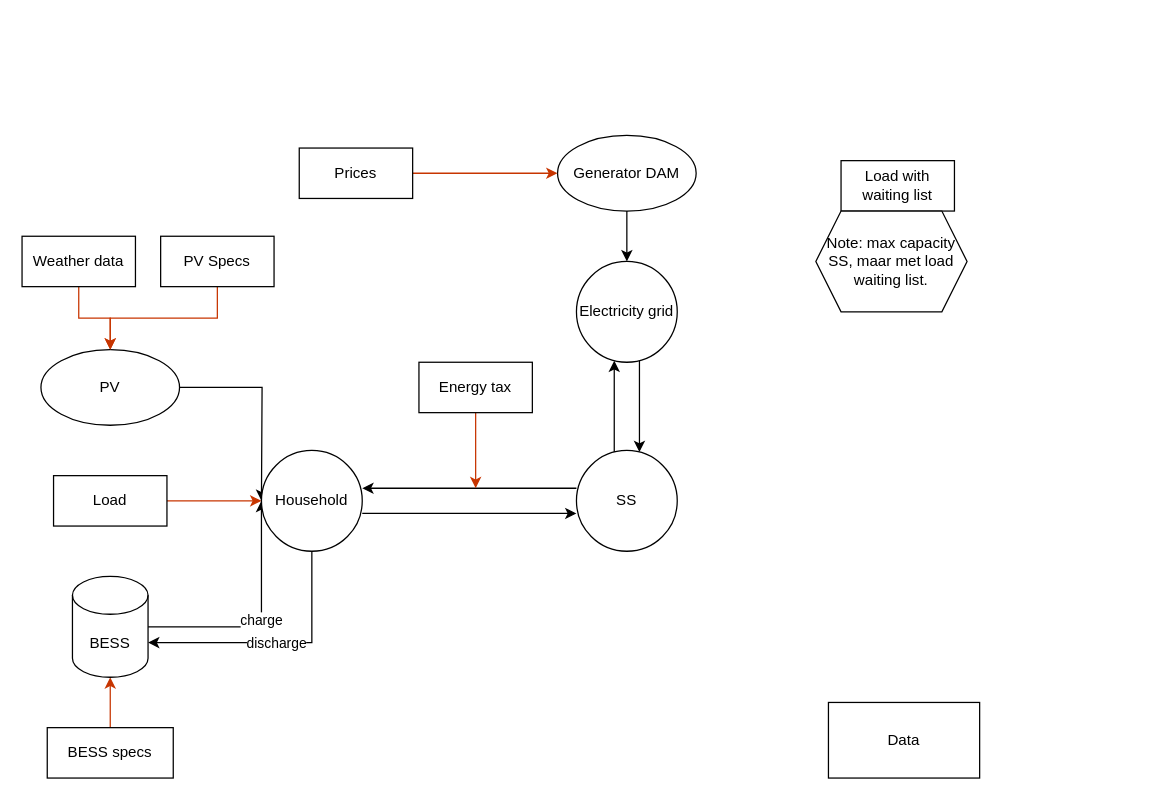
This is Network_NH.drawio from Tanneheemsbergen/pypsa-NL2025, a draw.io file, before an edit. Source tidied: cells renumbered, new cells numbered last; positions are measured from the earlier drawing's top-left corner, leaving out a move shared by most shapes. Both pictures are drawn from the tidied source at 126%, with x=0, y=0 at pixel (21, 135).
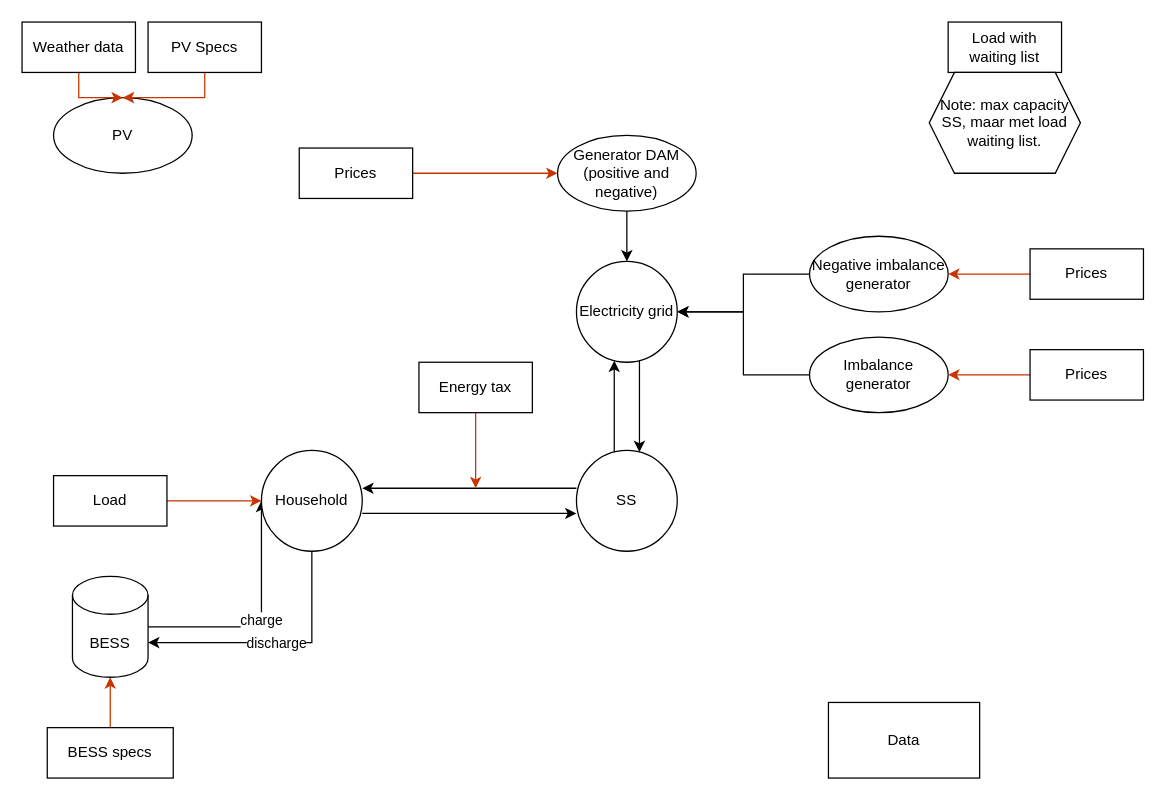
Above is the later version.

Unchanged cells that the change refers to:
```xml
<mxCell id="25" value="Electricity grid" style="ellipse;whiteSpace=wrap;html=1;" parent="1" vertex="1">
  <mxGeometry x="440" y="100" width="80" height="80" as="geometry" />
</mxCell>
```

Diff of the diagram source:
```diff
@@
-    <mxCell id="13" value="Generator DAM" style="ellipse;whiteSpace=wrap;html=1;" parent="1" vertex="1">
+    <mxCell id="13" value="Generator DAM&lt;div&gt;(positive and negative)&lt;/div&gt;" style="ellipse;whiteSpace=wrap;html=1;" parent="1" vertex="1">
       <mxGeometry x="425" width="110" height="60" as="geometry" />
     </mxCell>
-    <mxCell id="14" style="edgeStyle=orthogonalEdgeStyle;rounded=0;jettySize=auto;html=1;" parent="1" edge="1" source="15">
-      <mxGeometry relative="1" as="geometry">
-        <mxPoint x="190" y="290" as="targetPoint" />
-      </mxGeometry>
-    </mxCell>
     <mxCell id="15" value="PV" style="ellipse;whiteSpace=wrap;html=1;" parent="1" vertex="1">
-      <mxGeometry x="15" y="170" width="110" height="60" as="geometry" />
+      <mxGeometry x="25" y="-30" width="110" height="60" as="geometry" />
     </mxCell>
@@
     <mxCell id="17" value="Weather data" style="whiteSpace=wrap;html=1;" parent="1" vertex="1">
-      <mxGeometry y="80" width="90" height="40" as="geometry" />
+      <mxGeometry y="-90" width="90" height="40" as="geometry" />
     </mxCell>
@@
     <mxCell id="19" value="PV Specs" style="whiteSpace=wrap;html=1;" parent="1" vertex="1">
-      <mxGeometry x="110" y="80" width="90" height="40" as="geometry" />
+      <mxGeometry x="100" y="-90" width="90" height="40" as="geometry" />
     </mxCell>
@@
     <mxCell id="22" value="Load with waiting list" style="whiteSpace=wrap;html=1;" parent="1" vertex="1">
-      <mxGeometry x="650" y="20" width="90" height="40" as="geometry" />
+      <mxGeometry x="735" y="-90" width="90" height="40" as="geometry" />
     </mxCell>
     <mxCell id="23" value="Note: max capacity SS, maar met load waiting list." style="shape=hexagon;perimeter=hexagonPerimeter2;whiteSpace=wrap;html=1;fixedSize=1;" parent="1" vertex="1">
-      <mxGeometry x="630" y="60" width="120" height="80" as="geometry" />
+      <mxGeometry x="720" y="-50" width="120" height="80" as="geometry" />
     </mxCell>
@@
+    <mxCell id="31" style="edgeStyle=orthogonalEdgeStyle;rounded=0;jettySize=auto;html=1;entryX=1;entryY=0.5;entryDx=0;entryDy=0;" parent="1" edge="1" source="32" target="25">
+      <mxGeometry relative="1" as="geometry" />
+    </mxCell>
+    <mxCell id="32" value="Negative imbalance generator" style="ellipse;whiteSpace=wrap;html=1;" parent="1" vertex="1">
+      <mxGeometry x="625" y="80" width="110" height="60" as="geometry" />
+    </mxCell>
+    <mxCell id="33" style="edgeStyle=orthogonalEdgeStyle;rounded=0;jettySize=auto;html=1;entryX=1;entryY=0.5;entryDx=0;entryDy=0;" parent="1" edge="1" source="34" target="25">
+      <mxGeometry relative="1" as="geometry" />
+    </mxCell>
+    <mxCell id="34" value="Imbalance generator" style="ellipse;whiteSpace=wrap;html=1;" parent="1" vertex="1">
+      <mxGeometry x="625" y="160" width="110" height="60" as="geometry" />
+    </mxCell>
+    <mxCell id="35" style="edgeStyle=orthogonalEdgeStyle;rounded=0;jettySize=auto;html=1;entryX=1;entryY=0.5;entryDx=0;entryDy=0;strokeColor=#C73500;" parent="1" edge="1" source="36" target="32">
+      <mxGeometry relative="1" as="geometry" />
+    </mxCell>
+    <mxCell id="36" value="Prices" style="whiteSpace=wrap;html=1;" parent="1" vertex="1">
+      <mxGeometry x="800" y="90" width="90" height="40" as="geometry" />
+    </mxCell>
+    <mxCell id="37" style="edgeStyle=orthogonalEdgeStyle;rounded=0;jettySize=auto;html=1;fillColor=#C73500;strokeColor=#C73500;" parent="1" edge="1" source="38" target="34">
+      <mxGeometry relative="1" as="geometry" />
+    </mxCell>
+    <mxCell id="38" value="Prices" style="whiteSpace=wrap;html=1;" parent="1" vertex="1">
+      <mxGeometry x="800" y="170" width="90" height="40" as="geometry" />
+    </mxCell>
```
